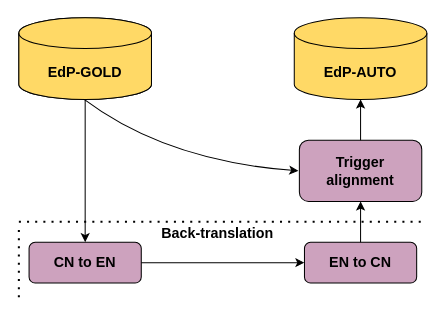
gitofding/first_repository keeps this draw.io diagram as en-cn2.drawio. Above is the earlier version. Source tidied: cells renumbered, new cells numbered last; positions are measured from the earlier drawing's top-left corner, leaving out a move shared by most shapes. Both pictures are drawn from the tidied source at 102%, with x=0, y=0 at pixel (18, 17).
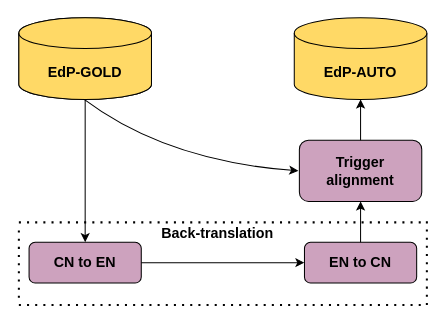
Above is the later version.

Diff of the diagram source:
```diff
@@
-    <mxCell id="15" style="endArrow=none;dashed=1;html=1;dashPattern=1 3;strokeWidth=2;" parent="1" edge="1">
-      <mxGeometry relative="1" as="geometry">
-        <mxPoint y="200" as="sourcePoint" />
-        <mxPoint x="400" y="200" as="targetPoint" />
-      </mxGeometry>
-    </mxCell>
-    <mxCell id="16" style="endArrow=none;dashed=1;html=1;dashPattern=1 3;strokeWidth=2;" parent="1" edge="1">
-      <mxGeometry relative="1" as="geometry">
-        <mxPoint y="208" as="sourcePoint" />
-        <mxPoint y="278" as="targetPoint" />
-      </mxGeometry>
-    </mxCell>
@@
+    <mxCell id="19" style="endArrow=none;dashed=1;html=1;dashPattern=1 3;strokeWidth=2;" parent="1" edge="1">
+      <mxGeometry relative="1" as="geometry">
+        <mxPoint y="200.5" as="sourcePoint" />
+        <mxPoint x="400" y="200.5" as="targetPoint" />
+      </mxGeometry>
+    </mxCell>
+    <mxCell id="20" style="endArrow=none;dashed=1;html=1;dashPattern=1 3;strokeWidth=2;" parent="1" edge="1">
+      <mxGeometry relative="1" as="geometry">
+        <mxPoint y="208.5" as="sourcePoint" />
+        <mxPoint y="278.5" as="targetPoint" />
+      </mxGeometry>
+    </mxCell>
+    <mxCell id="21" style="endArrow=none;dashed=1;html=1;dashPattern=1 3;strokeWidth=2;" parent="1" edge="1">
+      <mxGeometry relative="1" as="geometry">
+        <mxPoint y="281.5" as="sourcePoint" />
+        <mxPoint x="400" y="281.5" as="targetPoint" />
+      </mxGeometry>
+    </mxCell>
+    <mxCell id="22" style="endArrow=none;dashed=1;html=1;dashPattern=1 3;strokeWidth=2;" parent="1" edge="1">
+      <mxGeometry relative="1" as="geometry">
+        <mxPoint x="400" y="281.5" as="sourcePoint" />
+        <mxPoint x="400" y="197.5" as="targetPoint" />
+      </mxGeometry>
+    </mxCell>
```
